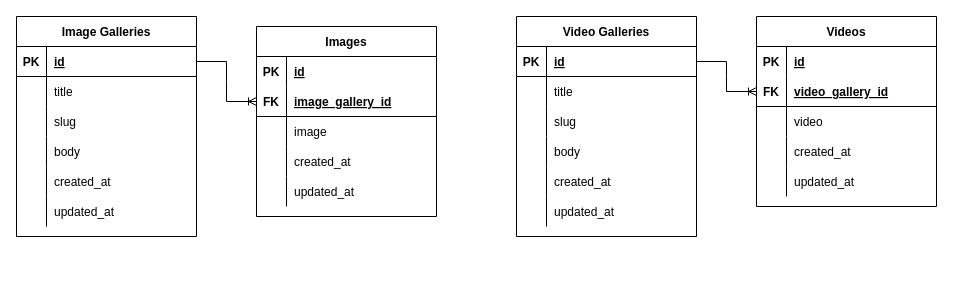
Above: Database Schema.drawio in yafizh/Wisata-Tiwingan-Lama-Laravel (draw.io), before the change. Source tidied: cells renumbered, new cells numbered last; positions are measured from the earlier drawing's top-left corner, leaving out a move shared by most shapes. Both pictures are drawn from the tidied source at 100%, with x=0, y=0 at pixel (16, 16).
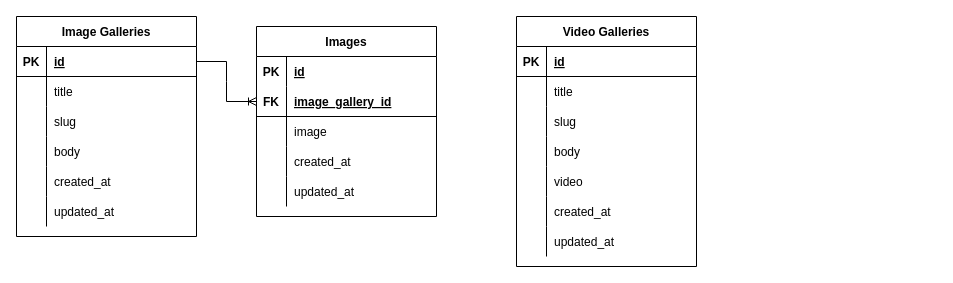
After the change.

Unchanged cells that the change refers to:
```xml
<mxCell id="22" style="shape=tableRow;horizontal=0;startSize=0;swimlaneHead=0;swimlaneBody=0;fillColor=none;points=[[0,0.5],[1,0.5]];portConstraint=eastwest;top=0;left=0;right=0;bottom=1;" parent="21" vertex="1">
  <mxGeometry y="30" width="180" height="30" as="geometry" />
</mxCell>
```

Diff of the diagram source:
```diff
@@
     <mxCell id="21" value="Video Galleries" style="shape=table;startSize=30;childLayout=tableLayout;rowLines=0;fontStyle=1;align=center;" parent="1" vertex="1">
-      <mxGeometry x="500" width="180" height="220" as="geometry" />
+      <mxGeometry x="500" width="180" height="250" as="geometry" />
     </mxCell>
@@
+    <mxCell id="69" style="shape=tableRow;horizontal=0;startSize=0;swimlaneHead=0;swimlaneBody=0;fillColor=none;top=0;left=0;right=0;bottom=0;" parent="21" vertex="1">
+      <mxGeometry y="150" width="180" height="30" as="geometry" />
+    </mxCell>
+    <mxCell id="74" style="shape=partialRectangle;fillColor=none;top=0;left=0;bottom=0;right=0;overflow=hidden;" parent="69" vertex="1">
+      <mxGeometry width="30" height="30" as="geometry" />
+    </mxCell>
+    <mxCell id="65" value="video" style="shape=partialRectangle;fillColor=none;top=0;left=0;bottom=0;right=0;align=left;spacingLeft=6;overflow=hidden;" parent="69" vertex="1">
+      <mxGeometry x="30" width="150" height="30" as="geometry" />
+    </mxCell>
     <mxCell id="34" style="shape=tableRow;horizontal=0;startSize=0;swimlaneHead=0;swimlaneBody=0;fillColor=none;top=0;left=0;right=0;bottom=0;" parent="21" vertex="1">
-      <mxGeometry y="150" width="180" height="30" as="geometry" />
+      <mxGeometry y="180" width="180" height="30" as="geometry" />
     </mxCell>
@@
     <mxCell id="37" style="shape=tableRow;horizontal=0;startSize=0;swimlaneHead=0;swimlaneBody=0;fillColor=none;top=0;left=0;right=0;bottom=0;" parent="21" vertex="1">
-      <mxGeometry y="180" width="180" height="30" as="geometry" />
+      <mxGeometry y="210" width="180" height="30" as="geometry" />
     </mxCell>
@@
-    <mxCell id="56" value="Videos" style="shape=table;startSize=30;childLayout=tableLayout;rowLines=0;fontStyle=1;align=center;" parent="1" vertex="1">
-      <mxGeometry x="740" width="180" height="190" as="geometry" />
-    </mxCell>
-    <mxCell id="57" style="shape=tableRow;horizontal=0;startSize=0;swimlaneHead=0;swimlaneBody=0;fillColor=none;top=0;left=0;right=0;bottom=1;strokeColor=none;" parent="56" vertex="1">
-      <mxGeometry y="30" width="180" height="30" as="geometry" />
-    </mxCell>
-    <mxCell id="58" value="PK" style="shape=partialRectangle;fillColor=none;top=0;left=0;bottom=0;right=0;fontStyle=1;overflow=hidden;" parent="57" vertex="1">
-      <mxGeometry width="30" height="30" as="geometry" />
-    </mxCell>
-    <mxCell id="59" value="id" style="shape=partialRectangle;fillColor=none;top=0;left=0;bottom=0;right=0;align=left;spacingLeft=6;fontStyle=5;overflow=hidden;" parent="57" vertex="1">
-      <mxGeometry x="30" width="150" height="30" as="geometry" />
-    </mxCell>
-    <mxCell id="60" style="shape=tableRow;horizontal=0;startSize=0;swimlaneHead=0;swimlaneBody=0;fillColor=none;points=[[0,0.5],[1,0.5]];portConstraint=eastwest;top=0;left=0;right=0;bottom=1;" parent="56" vertex="1">
-      <mxGeometry y="60" width="180" height="30" as="geometry" />
-    </mxCell>
-    <mxCell id="61" value="FK" style="shape=partialRectangle;fillColor=none;top=0;left=0;bottom=0;right=0;fontStyle=1;overflow=hidden;" parent="60" vertex="1">
-      <mxGeometry width="30" height="30" as="geometry" />
-    </mxCell>
-    <mxCell id="62" value="video_gallery_id" style="shape=partialRectangle;fillColor=none;top=0;left=0;bottom=0;right=0;align=left;spacingLeft=6;fontStyle=5;overflow=hidden;" parent="60" vertex="1">
-      <mxGeometry x="30" width="150" height="30" as="geometry" />
-    </mxCell>
-    <mxCell id="63" style="shape=tableRow;horizontal=0;startSize=0;swimlaneHead=0;swimlaneBody=0;fillColor=none;top=0;left=0;right=0;bottom=0;" parent="56" vertex="1">
-      <mxGeometry y="90" width="180" height="30" as="geometry" />
-    </mxCell>
-    <mxCell id="64" style="shape=partialRectangle;fillColor=none;top=0;left=0;bottom=0;right=0;overflow=hidden;" parent="63" vertex="1">
-      <mxGeometry width="30" height="30" as="geometry" />
-    </mxCell>
-    <mxCell id="65" value="video" style="shape=partialRectangle;fillColor=none;top=0;left=0;bottom=0;right=0;align=left;spacingLeft=6;overflow=hidden;" parent="63" vertex="1">
-      <mxGeometry x="30" width="150" height="30" as="geometry" />
-    </mxCell>
-    <mxCell id="66" style="shape=tableRow;horizontal=0;startSize=0;swimlaneHead=0;swimlaneBody=0;fillColor=none;top=0;left=0;right=0;bottom=0;" parent="56" vertex="1">
-      <mxGeometry y="120" width="180" height="30" as="geometry" />
-    </mxCell>
-    <mxCell id="67" style="shape=partialRectangle;fillColor=none;top=0;left=0;bottom=0;right=0;overflow=hidden;" parent="66" vertex="1">
-      <mxGeometry width="30" height="30" as="geometry" />
-    </mxCell>
-    <mxCell id="68" value="created_at" style="shape=partialRectangle;fillColor=none;top=0;left=0;bottom=0;right=0;align=left;spacingLeft=6;overflow=hidden;" parent="66" vertex="1">
-      <mxGeometry x="30" width="150" height="30" as="geometry" />
-    </mxCell>
-    <mxCell id="69" style="shape=tableRow;horizontal=0;startSize=0;swimlaneHead=0;swimlaneBody=0;fillColor=none;top=0;left=0;right=0;bottom=0;" parent="56" vertex="1">
-      <mxGeometry y="150" width="180" height="30" as="geometry" />
-    </mxCell>
-    <mxCell id="70" style="shape=partialRectangle;fillColor=none;top=0;left=0;bottom=0;right=0;overflow=hidden;" parent="69" vertex="1">
-      <mxGeometry width="30" height="30" as="geometry" />
-    </mxCell>
-    <mxCell id="71" value="updated_at" style="shape=partialRectangle;fillColor=none;top=0;left=0;bottom=0;right=0;align=left;spacingLeft=6;overflow=hidden;" parent="69" vertex="1">
-      <mxGeometry x="30" width="150" height="30" as="geometry" />
-    </mxCell>
@@
-    <mxCell id="73" style="edgeStyle=entityRelationEdgeStyle;fontSize=12;html=1;endArrow=ERoneToMany;rounded=0;exitX=1;exitY=0.5;exitDx=0;exitDy=0;entryX=0;entryY=0.5;entryDx=0;entryDy=0;" parent="1" edge="1" source="22" target="60">
-      <mxGeometry relative="1" as="geometry" />
-    </mxCell>
```
